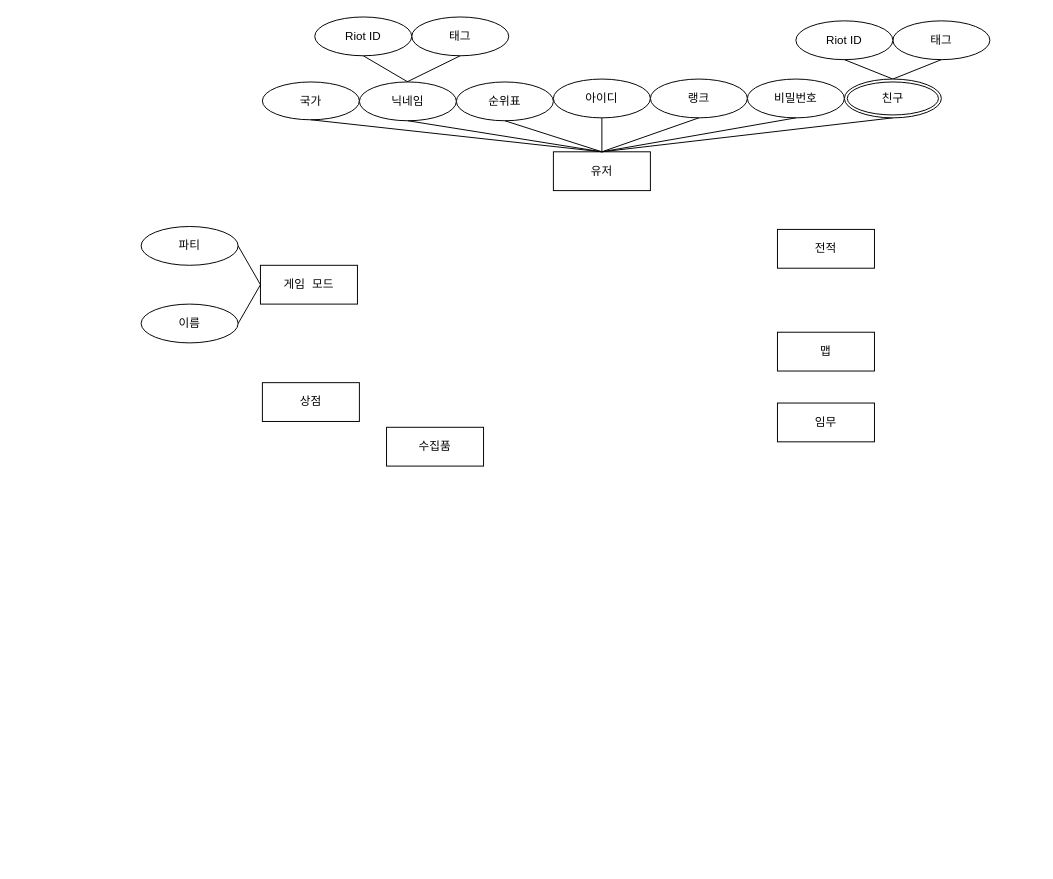
The draw.io diagram Valorant_ER_Diagram.drawio in SuhyeonLEE0603/DB, before the edit. Source tidied: cells renumbered, new cells numbered last; positions are measured from the earlier drawing's top-left corner, leaving out a move shared by most shapes. Both pictures are drawn from the tidied source at 97%, with x=0, y=0 at pixel (141, 16).
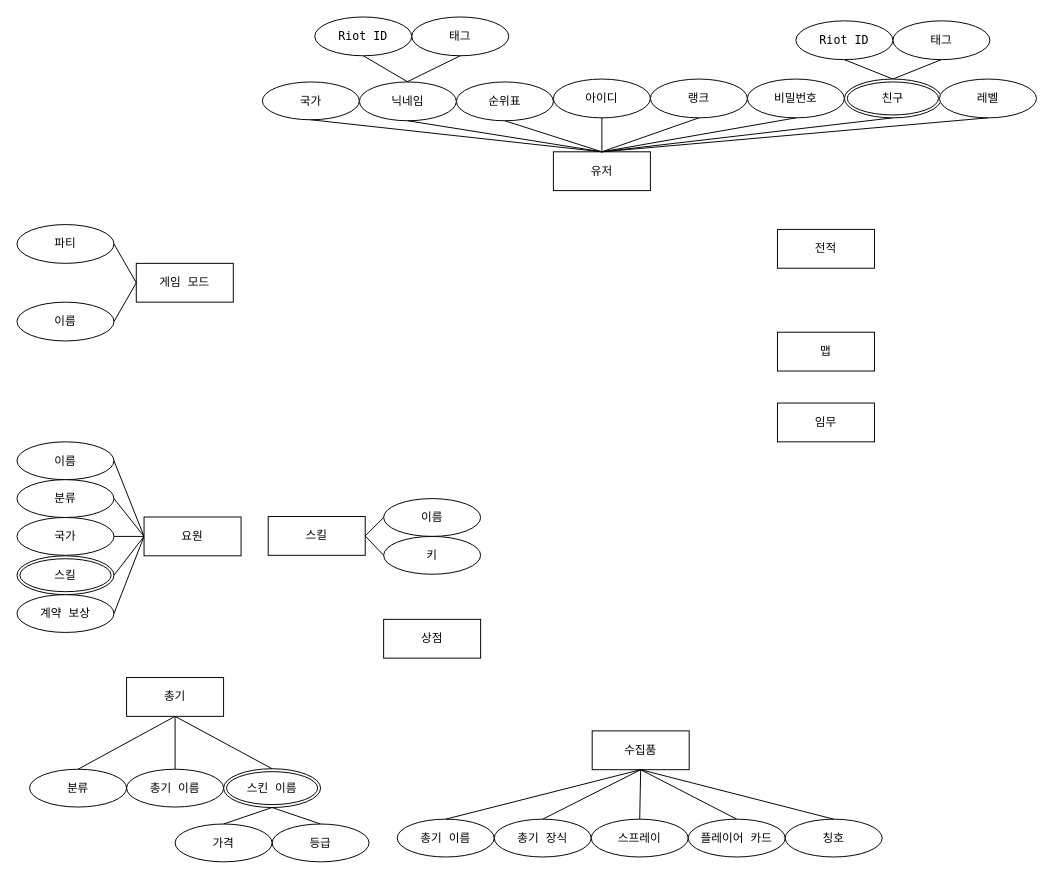
After the change.

Commit message:
요원, 수집품, 총기 업데이트

The change refers to these unchanged cells:
```xml
<mxCell id="3" value="유저" style="whiteSpace=wrap;html=1;align=center;fontFamily=Lucida Console;" parent="1" vertex="1">
  <mxGeometry x="425" y="139" width="100" height="40" as="geometry" />
</mxCell>
```

What changed in the source:
```diff
@@
     <mxCell id="2" value="게임 모드" style="whiteSpace=wrap;html=1;align=center;fontFamily=Lucida Console;" parent="1" vertex="1">
-      <mxGeometry x="123" y="256" width="100" height="40" as="geometry" />
+      <mxGeometry x="-5" y="254" width="100" height="40" as="geometry" />
     </mxCell>
@@
-    <mxCell id="4" value="파티" style="ellipse;whiteSpace=wrap;html=1;align=center;" parent="1" vertex="1">
-      <mxGeometry y="216" width="100" height="40" as="geometry" />
+    <mxCell id="4" value="파티" style="ellipse;whiteSpace=wrap;html=1;align=center;fontFamily=Lucida Console;" parent="1" vertex="1">
+      <mxGeometry x="-128" y="214" width="100" height="40" as="geometry" />
     </mxCell>
-    <mxCell id="5" value="이름" style="ellipse;whiteSpace=wrap;html=1;align=center;" parent="1" vertex="1">
-      <mxGeometry y="296" width="100" height="40" as="geometry" />
+    <mxCell id="5" value="이름" style="ellipse;whiteSpace=wrap;html=1;align=center;fontFamily=Lucida Console;" parent="1" vertex="1">
+      <mxGeometry x="-128" y="294" width="100" height="40" as="geometry" />
     </mxCell>
-    <mxCell id="6" style="endArrow=none;html=1;rounded=0;exitX=1;exitY=0.5;exitDx=0;exitDy=0;entryX=0;entryY=0.5;entryDx=0;entryDy=0;" parent="1" edge="1" source="5" target="2">
+    <mxCell id="6" style="endArrow=none;html=1;rounded=0;exitX=1;exitY=0.5;exitDx=0;exitDy=0;entryX=0;entryY=0.5;entryDx=0;entryDy=0;fontFamily=Lucida Console;" parent="1" edge="1" source="5" target="2">
       <mxGeometry relative="1" as="geometry" />
     </mxCell>
-    <mxCell id="7" style="endArrow=none;html=1;rounded=0;entryX=0;entryY=0.5;entryDx=0;entryDy=0;exitX=1;exitY=0.5;exitDx=0;exitDy=0;" parent="1" edge="1" source="4" target="2">
+    <mxCell id="7" style="endArrow=none;html=1;rounded=0;entryX=0;entryY=0.5;entryDx=0;entryDy=0;exitX=1;exitY=0.5;exitDx=0;exitDy=0;fontFamily=Lucida Console;" parent="1" edge="1" source="4" target="2">
       <mxGeometry relative="1" as="geometry" />
     </mxCell>
-    <mxCell id="8" value="아이디" style="ellipse;whiteSpace=wrap;html=1;align=center;" parent="1" vertex="1">
+    <mxCell id="8" value="아이디" style="ellipse;whiteSpace=wrap;html=1;align=center;fontFamily=Lucida Console;" parent="1" vertex="1">
       <mxGeometry x="425" y="64" width="100" height="40" as="geometry" />
     </mxCell>
-    <mxCell id="9" value="랭크" style="ellipse;whiteSpace=wrap;html=1;align=center;" parent="1" vertex="1">
+    <mxCell id="9" value="랭크" style="ellipse;whiteSpace=wrap;html=1;align=center;fontFamily=Lucida Console;" parent="1" vertex="1">
       <mxGeometry x="525" y="64" width="100" height="40" as="geometry" />
     </mxCell>
-    <mxCell id="10" value="비밀번호" style="ellipse;whiteSpace=wrap;html=1;align=center;" parent="1" vertex="1">
+    <mxCell id="10" value="비밀번호" style="ellipse;whiteSpace=wrap;html=1;align=center;fontFamily=Lucida Console;" parent="1" vertex="1">
       <mxGeometry x="625" y="64" width="100" height="40" as="geometry" />
     </mxCell>
-    <mxCell id="11" value="국가" style="ellipse;whiteSpace=wrap;html=1;align=center;" parent="1" vertex="1">
+    <mxCell id="11" value="국가" style="ellipse;whiteSpace=wrap;html=1;align=center;fontFamily=Lucida Console;" parent="1" vertex="1">
       <mxGeometry x="125" y="67" width="100" height="39" as="geometry" />
     </mxCell>
-    <mxCell id="12" value="태그" style="ellipse;whiteSpace=wrap;html=1;align=center;" parent="1" vertex="1">
+    <mxCell id="12" value="태그" style="ellipse;whiteSpace=wrap;html=1;align=center;fontFamily=Lucida Console;" parent="1" vertex="1">
       <mxGeometry x="279" width="100" height="40" as="geometry" />
     </mxCell>
-    <mxCell id="13" style="endArrow=none;html=1;rounded=0;entryX=0.49;entryY=0;entryDx=0;entryDy=0;exitX=0.5;exitY=1;exitDx=0;exitDy=0;entryPerimeter=0;" parent="1" edge="1" source="12" target="27">
+    <mxCell id="13" style="endArrow=none;html=1;rounded=0;entryX=0.49;entryY=0;entryDx=0;entryDy=0;exitX=0.5;exitY=1;exitDx=0;exitDy=0;entryPerimeter=0;fontFamily=Lucida Console;" parent="1" edge="1" source="12" target="27">
       <mxGeometry relative="1" as="geometry" />
     </mxCell>
-    <mxCell id="14" style="endArrow=none;html=1;rounded=0;entryX=0.5;entryY=0;entryDx=0;entryDy=0;exitX=0.5;exitY=1;exitDx=0;exitDy=0;" parent="1" edge="1" source="26" target="27">
+    <mxCell id="14" style="endArrow=none;html=1;rounded=0;entryX=0.5;entryY=0;entryDx=0;entryDy=0;exitX=0.5;exitY=1;exitDx=0;exitDy=0;fontFamily=Lucida Console;" parent="1" edge="1" source="26" target="27">
       <mxGeometry relative="1" as="geometry" />
     </mxCell>
-    <mxCell id="15" style="endArrow=none;html=1;rounded=0;entryX=0.5;entryY=0;entryDx=0;entryDy=0;exitX=0.5;exitY=1;exitDx=0;exitDy=0;" parent="1" edge="1" source="8" target="3">
+    <mxCell id="15" style="endArrow=none;html=1;rounded=0;entryX=0.5;entryY=0;entryDx=0;entryDy=0;exitX=0.5;exitY=1;exitDx=0;exitDy=0;fontFamily=Lucida Console;" parent="1" edge="1" source="8" target="3">
       <mxGeometry relative="1" as="geometry" />
     </mxCell>
-    <mxCell id="16" style="endArrow=none;html=1;rounded=0;entryX=0.5;entryY=1;entryDx=0;entryDy=0;exitX=0.5;exitY=0;exitDx=0;exitDy=0;" parent="1" edge="1" source="3" target="9">
+    <mxCell id="16" style="endArrow=none;html=1;rounded=0;entryX=0.5;entryY=1;entryDx=0;entryDy=0;exitX=0.5;exitY=0;exitDx=0;exitDy=0;fontFamily=Lucida Console;" parent="1" edge="1" source="3" target="9">
       <mxGeometry relative="1" as="geometry" />
     </mxCell>
-    <mxCell id="17" style="endArrow=none;html=1;rounded=0;entryX=0.5;entryY=1;entryDx=0;entryDy=0;exitX=0.5;exitY=0;exitDx=0;exitDy=0;" parent="1" edge="1" source="3" target="10">
+    <mxCell id="17" style="endArrow=none;html=1;rounded=0;entryX=0.5;entryY=1;entryDx=0;entryDy=0;exitX=0.5;exitY=0;exitDx=0;exitDy=0;fontFamily=Lucida Console;" parent="1" edge="1" source="3" target="10">
       <mxGeometry relative="1" as="geometry" />
     </mxCell>
-    <mxCell id="18" style="endArrow=none;html=1;rounded=0;entryX=0.5;entryY=1;entryDx=0;entryDy=0;exitX=0.5;exitY=0;exitDx=0;exitDy=0;" parent="1" edge="1" source="3" target="11">
+    <mxCell id="18" style="endArrow=none;html=1;rounded=0;entryX=0.5;entryY=1;entryDx=0;entryDy=0;exitX=0.5;exitY=0;exitDx=0;exitDy=0;fontFamily=Lucida Console;" parent="1" edge="1" source="3" target="11">
       <mxGeometry relative="1" as="geometry" />
     </mxCell>
-    <mxCell id="19" value="순위표" style="ellipse;whiteSpace=wrap;html=1;align=center;" parent="1" vertex="1">
+    <mxCell id="19" value="순위표" style="ellipse;whiteSpace=wrap;html=1;align=center;fontFamily=Lucida Console;" parent="1" vertex="1">
       <mxGeometry x="325" y="67" width="100" height="40" as="geometry" />
     </mxCell>
-    <mxCell id="20" style="endArrow=none;html=1;rounded=0;entryX=0.5;entryY=0;entryDx=0;entryDy=0;exitX=0.5;exitY=1;exitDx=0;exitDy=0;" parent="1" edge="1" source="19" target="3">
+    <mxCell id="20" style="endArrow=none;html=1;rounded=0;entryX=0.5;entryY=0;entryDx=0;entryDy=0;exitX=0.5;exitY=1;exitDx=0;exitDy=0;fontFamily=Lucida Console;" parent="1" edge="1" source="19" target="3">
       <mxGeometry relative="1" as="geometry" />
     </mxCell>
     <mxCell id="21" value="상점" style="whiteSpace=wrap;html=1;align=center;fontFamily=Lucida Console;" parent="1" vertex="1">
-      <mxGeometry x="125" y="377" width="100" height="40" as="geometry" />
+      <mxGeometry x="250" y="621" width="100" height="40" as="geometry" />
     </mxCell>
@@
     <mxCell id="25" value="수집품" style="whiteSpace=wrap;html=1;align=center;fontFamily=Lucida Console;" parent="1" vertex="1">
-      <mxGeometry x="253" y="423" width="100" height="40" as="geometry" />
+      <mxGeometry x="465" y="736" width="100" height="40" as="geometry" />
     </mxCell>
-    <mxCell id="26" value="Riot ID" style="ellipse;whiteSpace=wrap;html=1;align=center;" parent="1" vertex="1">
+    <mxCell id="26" value="Riot ID" style="ellipse;whiteSpace=wrap;html=1;align=center;fontFamily=Lucida Console;" parent="1" vertex="1">
       <mxGeometry x="179" width="100" height="40" as="geometry" />
     </mxCell>
-    <mxCell id="27" value="닉네임" style="ellipse;whiteSpace=wrap;html=1;align=center;" parent="1" vertex="1">
+    <mxCell id="27" value="닉네임" style="ellipse;whiteSpace=wrap;html=1;align=center;fontFamily=Lucida Console;" parent="1" vertex="1">
       <mxGeometry x="225" y="67" width="100" height="40" as="geometry" />
     </mxCell>
-    <mxCell id="28" style="endArrow=none;html=1;rounded=0;entryX=0.5;entryY=0;entryDx=0;entryDy=0;exitX=0.5;exitY=1;exitDx=0;exitDy=0;" parent="1" edge="1" source="27" target="3">
+    <mxCell id="28" style="endArrow=none;html=1;rounded=0;entryX=0.5;entryY=0;entryDx=0;entryDy=0;exitX=0.5;exitY=1;exitDx=0;exitDy=0;fontFamily=Lucida Console;" parent="1" edge="1" source="27" target="3">
       <mxGeometry relative="1" as="geometry" />
     </mxCell>
-    <mxCell id="29" style="endArrow=none;html=1;rounded=0;entryX=0.5;entryY=1;entryDx=0;entryDy=0;exitX=0.5;exitY=0;exitDx=0;exitDy=0;" parent="1" edge="1" source="3" target="34">
+    <mxCell id="29" style="endArrow=none;html=1;rounded=0;entryX=0.5;entryY=1;entryDx=0;entryDy=0;exitX=0.5;exitY=0;exitDx=0;exitDy=0;fontFamily=Lucida Console;" parent="1" edge="1" source="3" target="34">
       <mxGeometry relative="1" as="geometry" />
     </mxCell>
-    <mxCell id="30" value="태그" style="ellipse;whiteSpace=wrap;html=1;align=center;" parent="1" vertex="1">
+    <mxCell id="30" value="태그" style="ellipse;whiteSpace=wrap;html=1;align=center;fontFamily=Lucida Console;" parent="1" vertex="1">
       <mxGeometry x="775" y="4" width="100" height="40" as="geometry" />
     </mxCell>
-    <mxCell id="31" value="Riot ID" style="ellipse;whiteSpace=wrap;html=1;align=center;" parent="1" vertex="1">
+    <mxCell id="31" value="Riot ID" style="ellipse;whiteSpace=wrap;html=1;align=center;fontFamily=Lucida Console;" parent="1" vertex="1">
       <mxGeometry x="675" y="4" width="100" height="40" as="geometry" />
     </mxCell>
-    <mxCell id="32" style="endArrow=none;html=1;rounded=0;exitX=0.5;exitY=1;exitDx=0;exitDy=0;entryX=0.5;entryY=0;entryDx=0;entryDy=0;" parent="1" edge="1" source="30" target="34">
+    <mxCell id="32" style="endArrow=none;html=1;rounded=0;exitX=0.5;exitY=1;exitDx=0;exitDy=0;entryX=0.5;entryY=0;entryDx=0;entryDy=0;fontFamily=Lucida Console;" parent="1" edge="1" source="30" target="34">
       <mxGeometry relative="1" as="geometry" />
     </mxCell>
-    <mxCell id="33" style="endArrow=none;html=1;rounded=0;entryX=0.5;entryY=0;entryDx=0;entryDy=0;exitX=0.5;exitY=1;exitDx=0;exitDy=0;" parent="1" edge="1" source="31" target="34">
+    <mxCell id="33" style="endArrow=none;html=1;rounded=0;entryX=0.5;entryY=0;entryDx=0;entryDy=0;exitX=0.5;exitY=1;exitDx=0;exitDy=0;fontFamily=Lucida Console;" parent="1" edge="1" source="31" target="34">
       <mxGeometry relative="1" as="geometry" />
     </mxCell>
-    <mxCell id="34" value="친구" style="ellipse;shape=doubleEllipse;margin=3;whiteSpace=wrap;html=1;align=center;" parent="1" vertex="1">
+    <mxCell id="34" value="친구" style="ellipse;shape=doubleEllipse;margin=3;whiteSpace=wrap;html=1;align=center;fontFamily=Lucida Console;" parent="1" vertex="1">
       <mxGeometry x="725" y="64" width="100" height="40" as="geometry" />
     </mxCell>
+    <mxCell id="35" value="총기 장식" style="ellipse;whiteSpace=wrap;html=1;align=center;fontFamily=Lucida Console;" parent="1" vertex="1">
+      <mxGeometry x="364" y="827" width="100" height="39" as="geometry" />
+    </mxCell>
+    <mxCell id="36" value="스프레이" style="ellipse;whiteSpace=wrap;html=1;align=center;fontFamily=Lucida Console;" parent="1" vertex="1">
+      <mxGeometry x="464" y="827" width="100" height="39" as="geometry" />
+    </mxCell>
+    <mxCell id="37" value="플레이어 카드" style="ellipse;whiteSpace=wrap;html=1;align=center;fontFamily=Lucida Console;" parent="1" vertex="1">
+      <mxGeometry x="564" y="827" width="100" height="39" as="geometry" />
+    </mxCell>
+    <mxCell id="38" value="칭호" style="ellipse;whiteSpace=wrap;html=1;align=center;fontFamily=Lucida Console;" parent="1" vertex="1">
+      <mxGeometry x="664" y="827" width="100" height="39" as="geometry" />
+    </mxCell>
+    <mxCell id="39" style="endArrow=none;html=1;rounded=0;fontFamily=Lucida Console;exitX=0.5;exitY=0;exitDx=0;exitDy=0;entryX=0.5;entryY=1;entryDx=0;entryDy=0;" parent="1" edge="1" source="35" target="25">
+      <mxGeometry relative="1" as="geometry" />
+    </mxCell>
+    <mxCell id="40" style="endArrow=none;html=1;rounded=0;fontFamily=Lucida Console;exitX=0.5;exitY=0;exitDx=0;exitDy=0;entryX=0.5;entryY=1;entryDx=0;entryDy=0;" parent="1" edge="1" source="36" target="25">
+      <mxGeometry relative="1" as="geometry" />
+    </mxCell>
+    <mxCell id="41" style="endArrow=none;html=1;rounded=0;fontFamily=Lucida Console;exitX=0.5;exitY=0;exitDx=0;exitDy=0;entryX=0.5;entryY=1;entryDx=0;entryDy=0;" parent="1" edge="1" source="37" target="25">
+      <mxGeometry relative="1" as="geometry" />
+    </mxCell>
+    <mxCell id="42" style="endArrow=none;html=1;rounded=0;fontFamily=Lucida Console;exitX=0.5;exitY=0;exitDx=0;exitDy=0;entryX=0.5;entryY=1;entryDx=0;entryDy=0;" parent="1" edge="1" source="38" target="25">
+      <mxGeometry relative="1" as="geometry" />
+    </mxCell>
+    <mxCell id="43" style="endArrow=none;html=1;rounded=0;fontFamily=Lucida Console;exitX=0.5;exitY=0;exitDx=0;exitDy=0;entryX=0.5;entryY=1;entryDx=0;entryDy=0;" parent="1" edge="1" source="46" target="63">
+      <mxGeometry relative="1" as="geometry" />
+    </mxCell>
+    <mxCell id="44" value="스킨 이름" style="ellipse;shape=doubleEllipse;margin=3;whiteSpace=wrap;html=1;align=center;fontFamily=Lucida Console;" parent="1" vertex="1">
+      <mxGeometry x="85" y="775" width="100" height="40" as="geometry" />
+    </mxCell>
+    <mxCell id="45" style="endArrow=none;html=1;rounded=0;fontFamily=Lucida Console;exitX=0.5;exitY=0;exitDx=0;exitDy=0;entryX=0.5;entryY=1;entryDx=0;entryDy=0;" parent="1" edge="1" source="44" target="63">
+      <mxGeometry relative="1" as="geometry" />
+    </mxCell>
+    <mxCell id="46" value="총기 이름" style="ellipse;whiteSpace=wrap;html=1;align=center;fontFamily=Lucida Console;" parent="1" vertex="1">
+      <mxGeometry x="-15" y="775.5" width="100" height="39" as="geometry" />
+    </mxCell>
+    <mxCell id="47" value="등급" style="ellipse;whiteSpace=wrap;html=1;align=center;fontFamily=Lucida Console;" parent="1" vertex="1">
+      <mxGeometry x="135" y="832" width="100" height="39" as="geometry" />
+    </mxCell>
+    <mxCell id="48" style="endArrow=none;html=1;rounded=0;entryX=0.5;entryY=0;entryDx=0;entryDy=0;fontFamily=Lucida Console;exitX=0.5;exitY=1;exitDx=0;exitDy=0;" parent="1" edge="1" source="44" target="47">
+      <mxGeometry relative="1" as="geometry" />
+    </mxCell>
+    <mxCell id="49" value="가격" style="ellipse;whiteSpace=wrap;html=1;align=center;fontFamily=Lucida Console;" parent="1" vertex="1">
+      <mxGeometry x="35" y="832" width="100" height="39" as="geometry" />
+    </mxCell>
+    <mxCell id="50" style="endArrow=none;html=1;rounded=0;entryX=0.5;entryY=0;entryDx=0;entryDy=0;fontFamily=Lucida Console;exitX=0.5;exitY=1;exitDx=0;exitDy=0;" parent="1" edge="1" source="44" target="49">
+      <mxGeometry relative="1" as="geometry" />
+    </mxCell>
+    <mxCell id="51" value="분류" style="ellipse;whiteSpace=wrap;html=1;align=center;fontFamily=Lucida Console;" parent="1" vertex="1">
+      <mxGeometry x="-115" y="775.5" width="100" height="39" as="geometry" />
+    </mxCell>
+    <mxCell id="52" style="endArrow=none;html=1;rounded=0;fontFamily=Lucida Console;exitX=0.5;exitY=0;exitDx=0;exitDy=0;entryX=0.5;entryY=1;entryDx=0;entryDy=0;" parent="1" edge="1" source="51" target="63">
+      <mxGeometry relative="1" as="geometry" />
+    </mxCell>
+    <mxCell id="53" value="이름" style="ellipse;whiteSpace=wrap;html=1;align=center;fontFamily=Lucida Console;" parent="1" vertex="1">
+      <mxGeometry x="-128" y="438" width="100" height="39" as="geometry" />
+    </mxCell>
+    <mxCell id="54" value="분류" style="ellipse;whiteSpace=wrap;html=1;align=center;fontFamily=Lucida Console;" parent="1" vertex="1">
+      <mxGeometry x="-128" y="477" width="100" height="39" as="geometry" />
+    </mxCell>
+    <mxCell id="55" value="국가" style="ellipse;whiteSpace=wrap;html=1;align=center;fontFamily=Lucida Console;" parent="1" vertex="1">
+      <mxGeometry x="-128" y="516" width="100" height="39" as="geometry" />
+    </mxCell>
+    <mxCell id="56" value="계약 보상" style="ellipse;whiteSpace=wrap;html=1;align=center;fontFamily=Lucida Console;" parent="1" vertex="1">
+      <mxGeometry x="-128" y="595.5" width="100" height="39" as="geometry" />
+    </mxCell>
+    <mxCell id="57" style="endArrow=none;html=1;rounded=0;entryX=0;entryY=0.5;entryDx=0;entryDy=0;fontFamily=Lucida Console;exitX=1;exitY=0.5;exitDx=0;exitDy=0;" parent="1" edge="1" source="53" target="62">
+      <mxGeometry relative="1" as="geometry" />
+    </mxCell>
+    <mxCell id="58" style="endArrow=none;html=1;rounded=0;entryX=0;entryY=0.5;entryDx=0;entryDy=0;fontFamily=Lucida Console;exitX=1;exitY=0.5;exitDx=0;exitDy=0;" parent="1" edge="1" source="54" target="62">
+      <mxGeometry relative="1" as="geometry" />
+    </mxCell>
+    <mxCell id="59" style="endArrow=none;html=1;rounded=0;entryX=0;entryY=0.5;entryDx=0;entryDy=0;fontFamily=Lucida Console;exitX=1;exitY=0.5;exitDx=0;exitDy=0;" parent="1" edge="1" source="55" target="62">
+      <mxGeometry relative="1" as="geometry" />
+    </mxCell>
+    <mxCell id="60" style="endArrow=none;html=1;rounded=0;entryX=0;entryY=0.5;entryDx=0;entryDy=0;fontFamily=Lucida Console;exitX=1;exitY=0.5;exitDx=0;exitDy=0;" parent="1" edge="1" source="71" target="62">
+      <mxGeometry relative="1" as="geometry" />
+    </mxCell>
+    <mxCell id="61" style="endArrow=none;html=1;rounded=0;entryX=0;entryY=0.5;entryDx=0;entryDy=0;fontFamily=Lucida Console;exitX=1;exitY=0.5;exitDx=0;exitDy=0;" parent="1" edge="1" source="56" target="62">
+      <mxGeometry relative="1" as="geometry" />
+    </mxCell>
+    <mxCell id="62" value="요원" style="whiteSpace=wrap;html=1;align=center;fontFamily=Lucida Console;" parent="1" vertex="1">
+      <mxGeometry x="3" y="515.5" width="100" height="40" as="geometry" />
+    </mxCell>
+    <mxCell id="63" value="총기" style="whiteSpace=wrap;html=1;align=center;fontFamily=Lucida Console;" parent="1" vertex="1">
+      <mxGeometry x="-15" y="681" width="100" height="40" as="geometry" />
+    </mxCell>
+    <mxCell id="64" value="총기 이름" style="ellipse;whiteSpace=wrap;html=1;align=center;fontFamily=Lucida Console;" parent="1" vertex="1">
+      <mxGeometry x="264" y="827" width="100" height="39" as="geometry" />
+    </mxCell>
+    <mxCell id="65" style="endArrow=none;html=1;rounded=0;fontFamily=Lucida Console;exitX=0.5;exitY=0;exitDx=0;exitDy=0;entryX=0.5;entryY=1;entryDx=0;entryDy=0;" parent="1" edge="1" source="64" target="25">
+      <mxGeometry relative="1" as="geometry" />
+    </mxCell>
+    <mxCell id="66" value="스킬" style="whiteSpace=wrap;html=1;align=center;fontFamily=Lucida Console;" parent="1" vertex="1">
+      <mxGeometry x="131" y="515" width="100" height="40" as="geometry" />
+    </mxCell>
+    <mxCell id="67" value="이름" style="ellipse;whiteSpace=wrap;html=1;align=center;fontFamily=Lucida Console;" parent="1" vertex="1">
+      <mxGeometry x="250" y="496.5" width="100" height="39" as="geometry" />
+    </mxCell>
+    <mxCell id="68" style="endArrow=none;html=1;rounded=0;exitX=0;exitY=0.5;exitDx=0;exitDy=0;entryX=1;entryY=0.5;entryDx=0;entryDy=0;fontFamily=Lucida Console;" parent="1" edge="1" source="67" target="66">
+      <mxGeometry relative="1" as="geometry" />
+    </mxCell>
+    <mxCell id="69" value="키" style="ellipse;whiteSpace=wrap;html=1;align=center;fontFamily=Lucida Console;" parent="1" vertex="1">
+      <mxGeometry x="250" y="535.5" width="100" height="39" as="geometry" />
+    </mxCell>
+    <mxCell id="70" style="endArrow=none;html=1;rounded=0;exitX=0;exitY=0.5;exitDx=0;exitDy=0;entryX=1;entryY=0.5;entryDx=0;entryDy=0;fontFamily=Lucida Console;" parent="1" edge="1" source="69" target="66">
+      <mxGeometry relative="1" as="geometry" />
+    </mxCell>
+    <mxCell id="71" value="스킬" style="ellipse;shape=doubleEllipse;margin=3;whiteSpace=wrap;html=1;align=center;fontFamily=Lucida Console;" parent="1" vertex="1">
+      <mxGeometry x="-128" y="555.5" width="100" height="40" as="geometry" />
+    </mxCell>
+    <mxCell id="72" value="레벨" style="ellipse;whiteSpace=wrap;html=1;align=center;fontFamily=Lucida Console;" parent="1" vertex="1">
+      <mxGeometry x="823" y="64" width="100" height="40" as="geometry" />
+    </mxCell>
+    <mxCell id="73" style="endArrow=none;html=1;rounded=0;entryX=0.5;entryY=1;entryDx=0;entryDy=0;exitX=0.5;exitY=0;exitDx=0;exitDy=0;fontFamily=Lucida Console;" parent="1" edge="1" source="3" target="72">
+      <mxGeometry relative="1" as="geometry" />
+    </mxCell>
```
